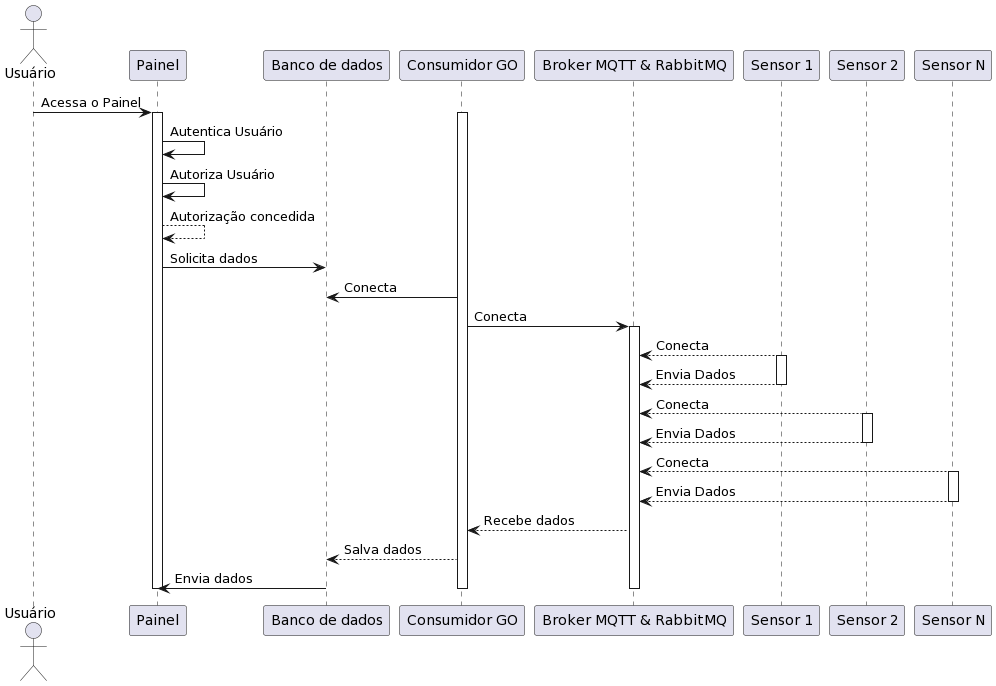
Inteli-College/2024-T0002-EC09-G03 keeps this PlantUML diagram as docs/static/img/uml-sequencia.png. Above is the earlier version.
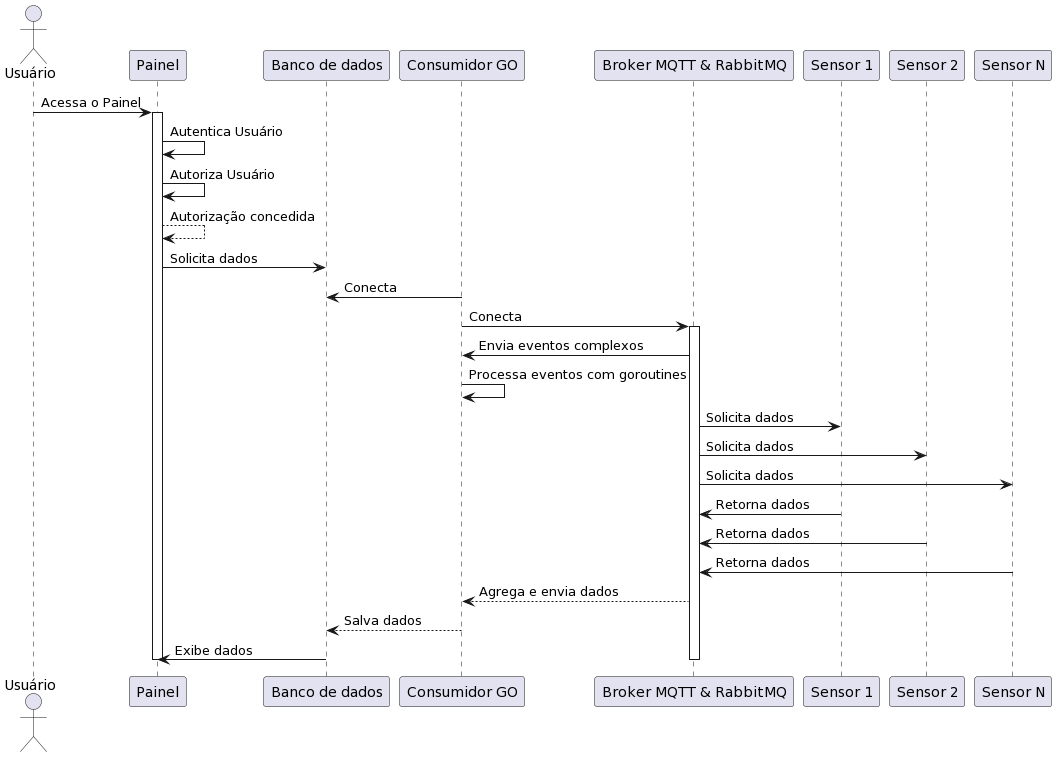
After the commit.

Commit message:
docs: UML complex events added

Change to the diagram source:
```diff
@@ -10,7 +10,6 @@
 
 Usuário -> Painel: Acessa o Painel
 activate Painel
-activate CGO
 Painel -> Painel: Autentica Usuário
 Painel -> Painel: Autoriza Usuário
 Painel --> Painel: Autorização concedida
@@ -18,21 +17,17 @@
 CGO -> Banco: Conecta
 CGO -> Broker: Conecta
 activate Broker
-Sensor1 --> Broker: Conecta
-activate Sensor1
-Sensor1 --> Broker: Envia Dados
-deactivate Sensor1
-Sensor2 --> Broker: Conecta
-activate Sensor2
-Sensor2 --> Broker: Envia Dados
-deactivate Sensor2
-SensorN --> Broker: Conecta
-activate SensorN
-SensorN --> Broker: Envia Dados
-deactivate SensorN
-Broker --> CGO: Recebe dados
+Broker -> CGO: Envia eventos complexos
+CGO -> CGO: Processa eventos com goroutines
+Broker -> Sensor1: Solicita dados
+Broker -> Sensor2: Solicita dados
+Broker -> SensorN: Solicita dados
+Sensor1 -> Broker: Retorna dados
+Sensor2 -> Broker: Retorna dados
+SensorN -> Broker: Retorna dados
+Broker --> CGO: Agrega e envia dados
 CGO --> Banco: Salva dados
-Banco -> Painel: Envia dados
+Banco -> Painel: Exibe dados
 deactivate Broker
 deactivate CGO
 deactivate Painel
```
